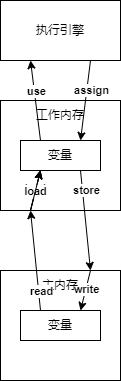
Before: java内存模型.drawio.png, a diagram exported from draw.io (nayitian/drawio). Source tidied: cells renumbered, new cells last; positions are measured from the earlier drawing's top-left corner, leaving out a move shared by most shapes.
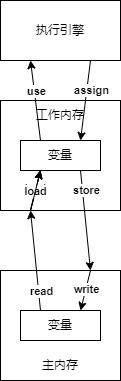
Later version of the same file.

Commit message:
更新java内存模型.drawio.png

The edit, as a diff of the source:
```diff
@@ -43,7 +43,7 @@
     <mxCell id="14" value="变量" style="rounded=0;whiteSpace=wrap;html=1;" parent="12" vertex="1">
       <mxGeometry x="20" y="40" width="80" height="30" as="geometry" />
     </mxCell>
-    <mxCell id="15" style="rounded=0;jettySize=auto;html=1;exitX=1;exitY=0;exitDx=0;exitDy=0;entryX=0.75;entryY=0;entryDx=0;entryDy=0;" parent="12" edge="1" source="17" target="14">
+    <mxCell id="15" style="rounded=0;jettySize=auto;html=1;exitX=0.75;exitY=0;exitDx=0;exitDy=0;entryX=0.75;entryY=0;entryDx=0;entryDy=0;" parent="12" edge="1" source="13" target="14">
       <mxGeometry relative="1" as="geometry" />
     </mxCell>
     <mxCell id="16" value="write" style="edgeLabel;html=1;align=center;verticalAlign=middle;fontStyle=1;" parent="15" vertex="1">
@@ -52,7 +52,7 @@
       </mxGeometry>
     </mxCell>
     <mxCell id="17" value="主内存" style="text;html=1;strokeColor=none;fillColor=none;align=center;verticalAlign=middle;whiteSpace=wrap;rounded=0;" parent="12" vertex="1">
-      <mxGeometry x="30" width="60" height="30" as="geometry" />
+      <mxGeometry x="30" y="80" width="60" height="30" as="geometry" />
     </mxCell>
     <mxCell id="18" style="rounded=0;jettySize=auto;html=1;exitX=0.25;exitY=0;exitDx=0;exitDy=0;entryX=0.25;entryY=1;entryDx=0;entryDy=0;" parent="1" edge="1" source="14" target="4">
       <mxGeometry relative="1" as="geometry" />
@@ -78,7 +78,7 @@
         <mxPoint x="4" y="-7" as="offset" />
       </mxGeometry>
     </mxCell>
-    <mxCell id="24" style="rounded=0;jettySize=auto;html=1;exitX=0.75;exitY=1;exitDx=0;exitDy=0;entryX=1;entryY=0;entryDx=0;entryDy=0;" parent="1" edge="1" source="10" target="17">
+    <mxCell id="24" style="rounded=0;jettySize=auto;html=1;exitX=0.75;exitY=1;exitDx=0;exitDy=0;entryX=0.75;entryY=0;entryDx=0;entryDy=0;" parent="1" edge="1" source="10" target="13">
       <mxGeometry relative="1" as="geometry" />
     </mxCell>
     <mxCell id="25" value="store" style="edgeLabel;html=1;align=center;verticalAlign=middle;fontStyle=1;" parent="24" vertex="1">
```
